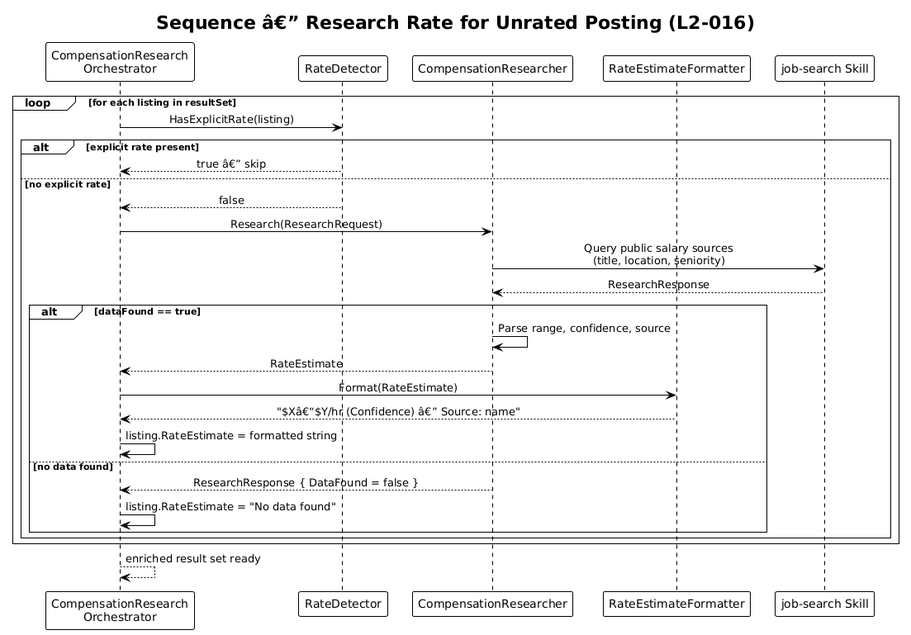
The PlantUML diagram docs/detailed-designs/07-compensation-research/diagrams/sequence_research_rate.png in QuinntyneBrown/Orbit, before a commit.
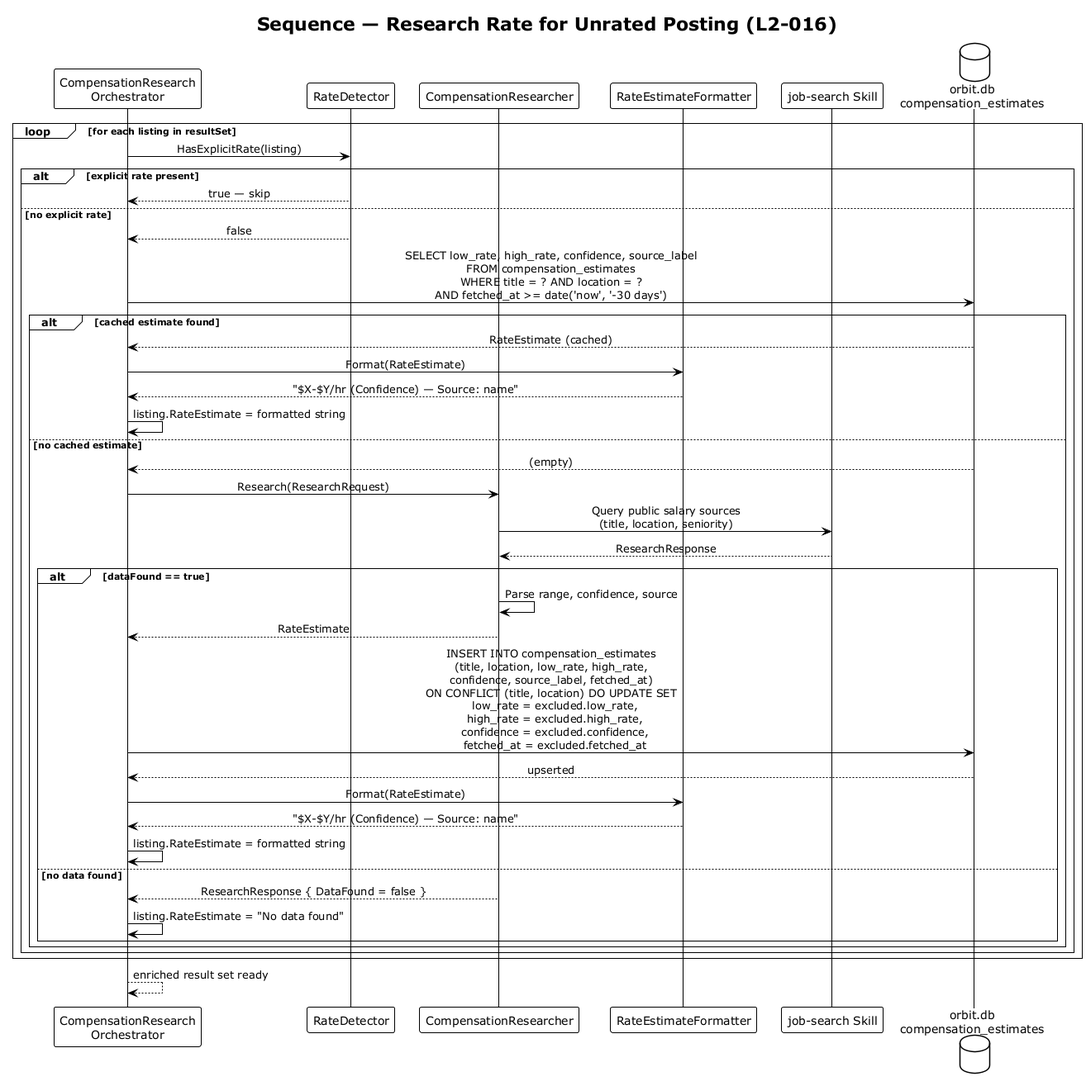
The same diagram one commit later.

Diff of the diagram source:
```diff
@@ -1,35 +1,49 @@
-@startuml
+@startuml sequence_research_rate
 !theme plain
 skinparam sequenceMessageAlign center
 
-title Sequence â€” Research Rate for Unrated Posting (L2-016)
+title Sequence — Research Rate for Unrated Posting (L2-016)
 
 participant "CompensationResearch\nOrchestrator" as Orch
 participant "RateDetector" as Detector
 participant "CompensationResearcher" as Researcher
 participant "RateEstimateFormatter" as Formatter
 participant "job-search Skill" as Skill
+database "orbit.db\ncompensation_estimates" as DB
 
 loop for each listing in resultSet
     Orch -> Detector : HasExplicitRate(listing)
     alt explicit rate present
-        Detector --> Orch : true â€” skip
+        Detector --> Orch : true — skip
     else no explicit rate
         Detector --> Orch : false
-        Orch -> Researcher : Research(ResearchRequest)
-        Researcher -> Skill : Query public salary sources\n(title, location, seniority)
-        Skill --> Researcher : ResearchResponse
-        alt dataFound == true
-            Researcher -> Researcher : Parse range, confidence, source
-            Researcher --> Orch : RateEstimate
+
+        Orch -> DB : SELECT low_rate, high_rate, confidence, source_label\nFROM compensation_estimates\nWHERE title = ? AND location = ?\nAND fetched_at >= date('now', '-30 days')
+        alt cached estimate found
+            DB --> Orch : RateEstimate (cached)
             Orch -> Formatter : Format(RateEstimate)
-            Formatter --> Orch : "$Xâ€“$Y/hr (Confidence) â€” Source: name"
+            Formatter --> Orch : "$X-$Y/hr (Confidence) — Source: name"
             Orch -> Orch : listing.RateEstimate = formatted string
-        else no data found
-            Researcher --> Orch : ResearchResponse { DataFound = false }
-            Orch -> Orch : listing.RateEstimate = "No data found"
+        else no cached estimate
+            DB --> Orch : (empty)
+            Orch -> Researcher : Research(ResearchRequest)
+            Researcher -> Skill : Query public salary sources\n(title, location, seniority)
+            Skill --> Researcher : ResearchResponse
+            alt dataFound == true
+                Researcher -> Researcher : Parse range, confidence, source
+                Researcher --> Orch : RateEstimate
+                Orch -> DB : INSERT INTO compensation_estimates\n(title, location, low_rate, high_rate,\nconfidence, source_label, fetched_at)\nON CONFLICT (title, location) DO UPDATE SET\n  low_rate = excluded.low_rate,\n  high_rate = excluded.high_rate,\n  confidence = excluded.confidence,\n  fetched_at = excluded.fetched_at
+                DB --> Orch : upserted
+                Orch -> Formatter : Format(RateEstimate)
+                Formatter --> Orch : "$X-$Y/hr (Confidence) — Source: name"
+                Orch -> Orch : listing.RateEstimate = formatted string
+            else no data found
+                Researcher --> Orch : ResearchResponse { DataFound = false }
+                Orch -> Orch : listing.RateEstimate = "No data found"
+            end
         end
     end
 end
 Orch --> Orch : enriched result set ready
+
 @enduml
```
